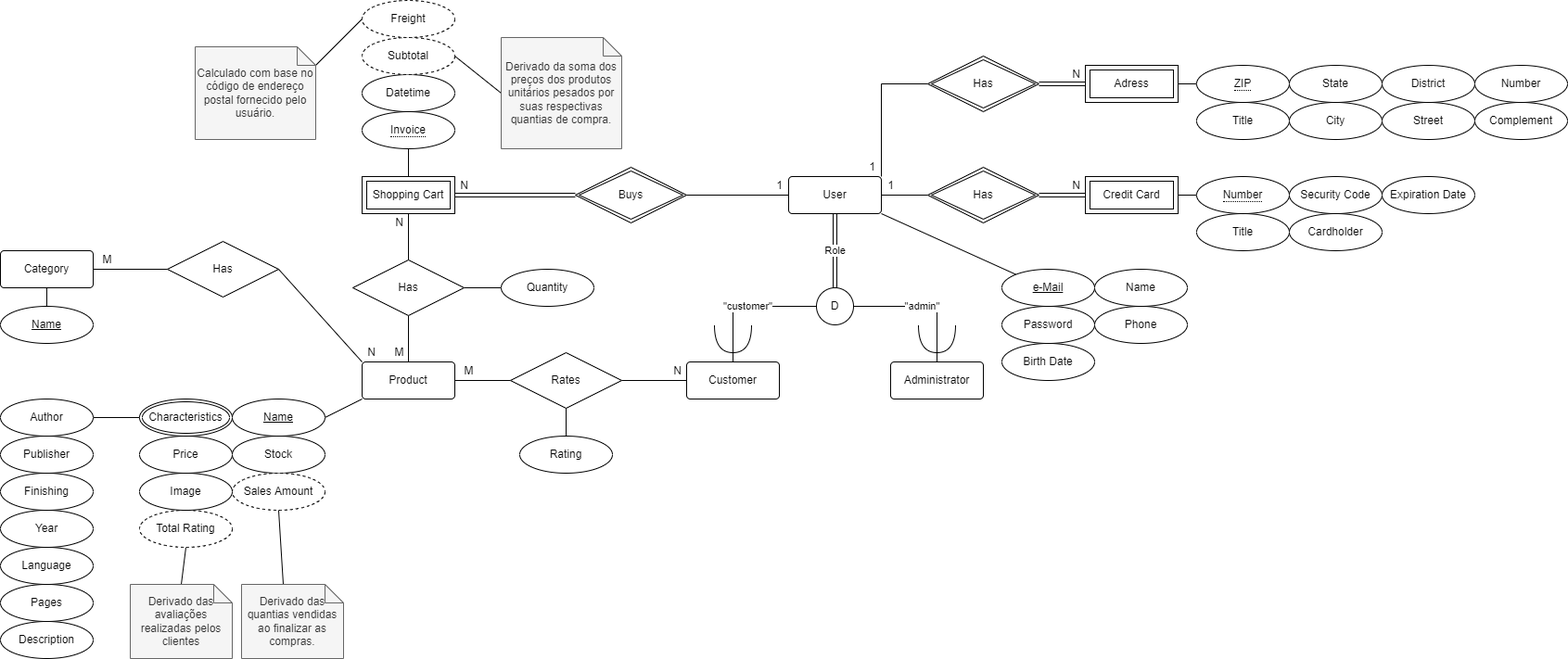
Earlier version of the draw.io export github/MER.png (jlrconstantino/bookstore-ecommerce). Source tidied: cells renumbered, new cells last; positions are measured from the earlier drawing's top-left corner, leaving out a move shared by most shapes.
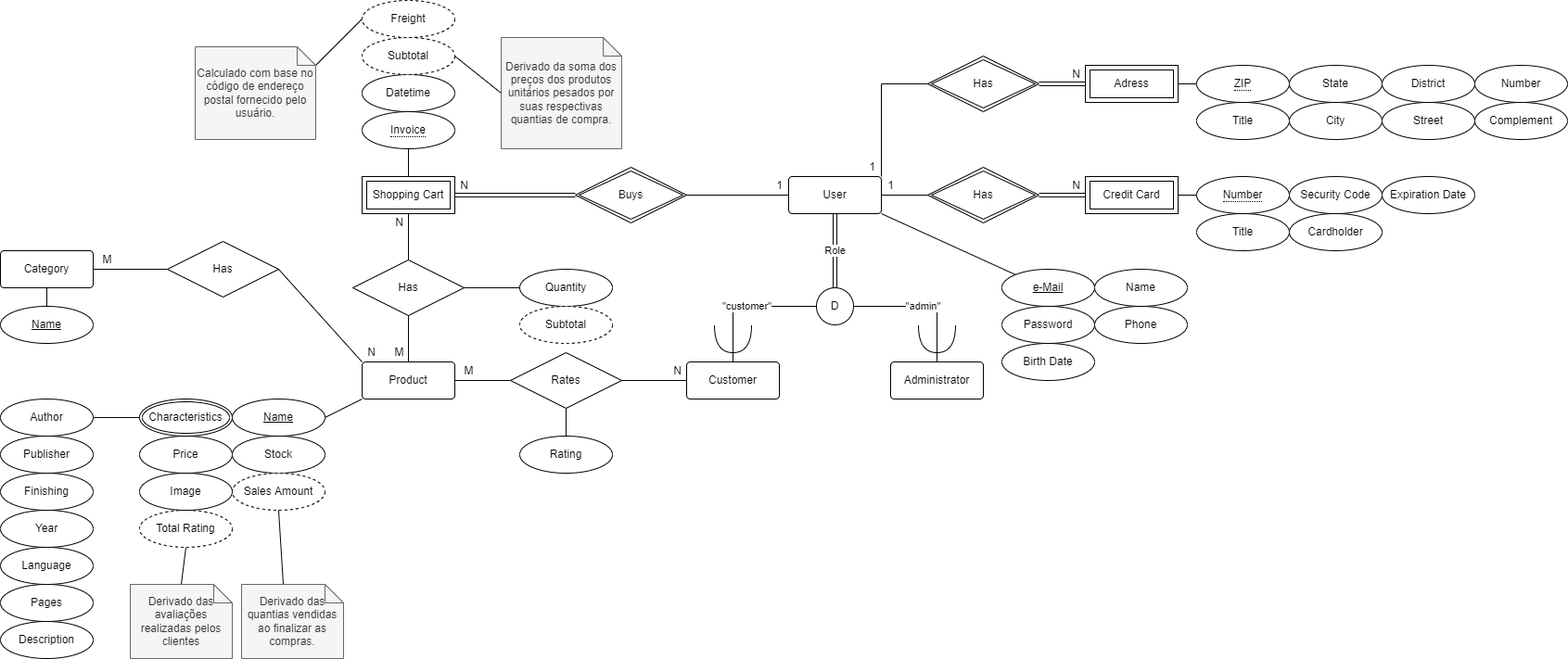
After the change.

What changed in the source:
```diff
@@ -164,7 +164,7 @@
       <mxGeometry x="380" y="280" width="120" height="60" as="geometry" />
     </mxCell>
     <mxCell id="51" value="Quantity" style="ellipse;whiteSpace=wrap;html=1;align=center;" parent="1" vertex="1">
-      <mxGeometry x="540" y="290" width="100" height="40" as="geometry" />
+      <mxGeometry x="560" y="290" width="100" height="40" as="geometry" />
     </mxCell>
     <mxCell id="52" value="N" style="text;html=1;align=center;verticalAlign=middle;strokeColor=none;fillColor=none;" parent="1" vertex="1">
       <mxGeometry x="420" y="230" width="20" height="20" as="geometry" />
@@ -316,5 +316,8 @@
     <mxCell id="101" value="Image" style="ellipse;whiteSpace=wrap;html=1;align=center;" parent="1" vertex="1">
       <mxGeometry x="150" y="510" width="100" height="40" as="geometry" />
     </mxCell>
+    <mxCell id="102" value="Subtotal" style="ellipse;whiteSpace=wrap;html=1;align=center;dashed=1;" parent="1" vertex="1">
+      <mxGeometry x="560" y="330" width="100" height="40" as="geometry" />
+    </mxCell>
   </root>
 </mxGraphModel>
```
